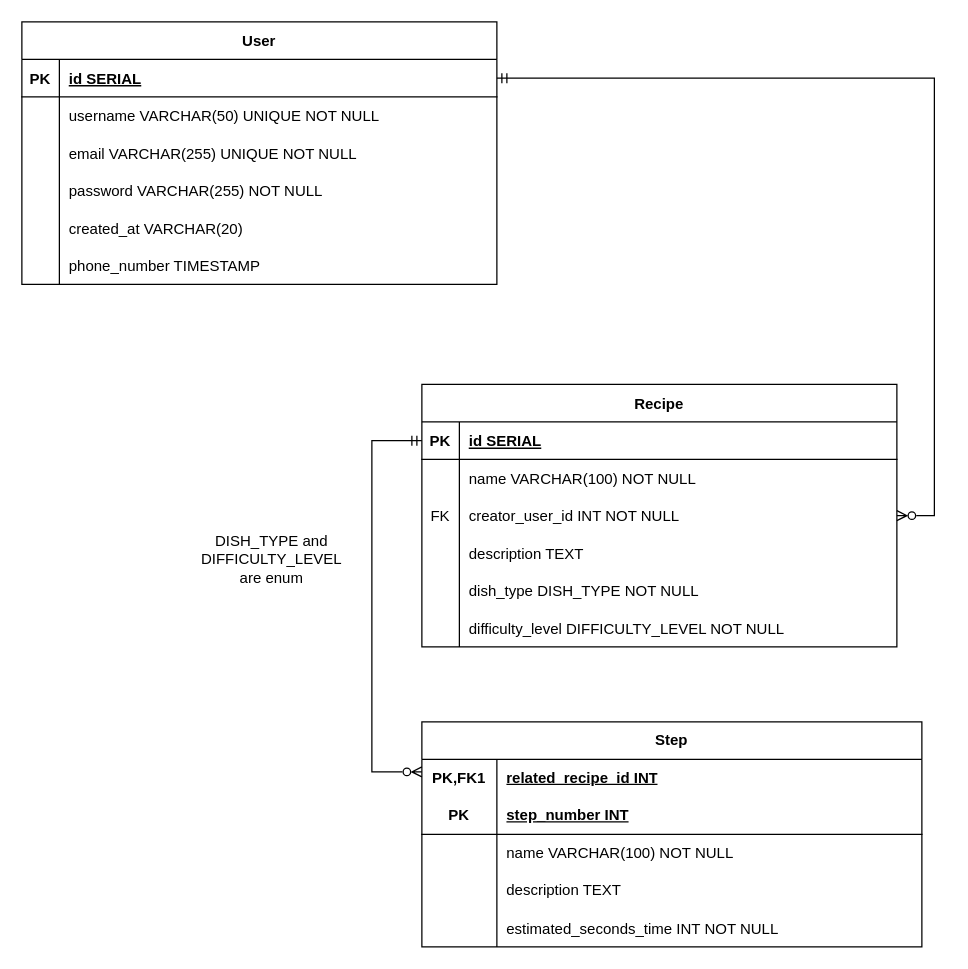
Earlier version of the draw.io diagram API_documentation/swiss_kitchen_db.drawio (CamilleTCH/MM-207-Project-Swiss-Kitchen). Source tidied: cells renumbered, new cells numbered last; positions are measured from the earlier drawing's top-left corner, leaving out a move shared by most shapes. Both pictures are drawn from the tidied source at 125%, with x=0, y=0 at pixel (21, 21).
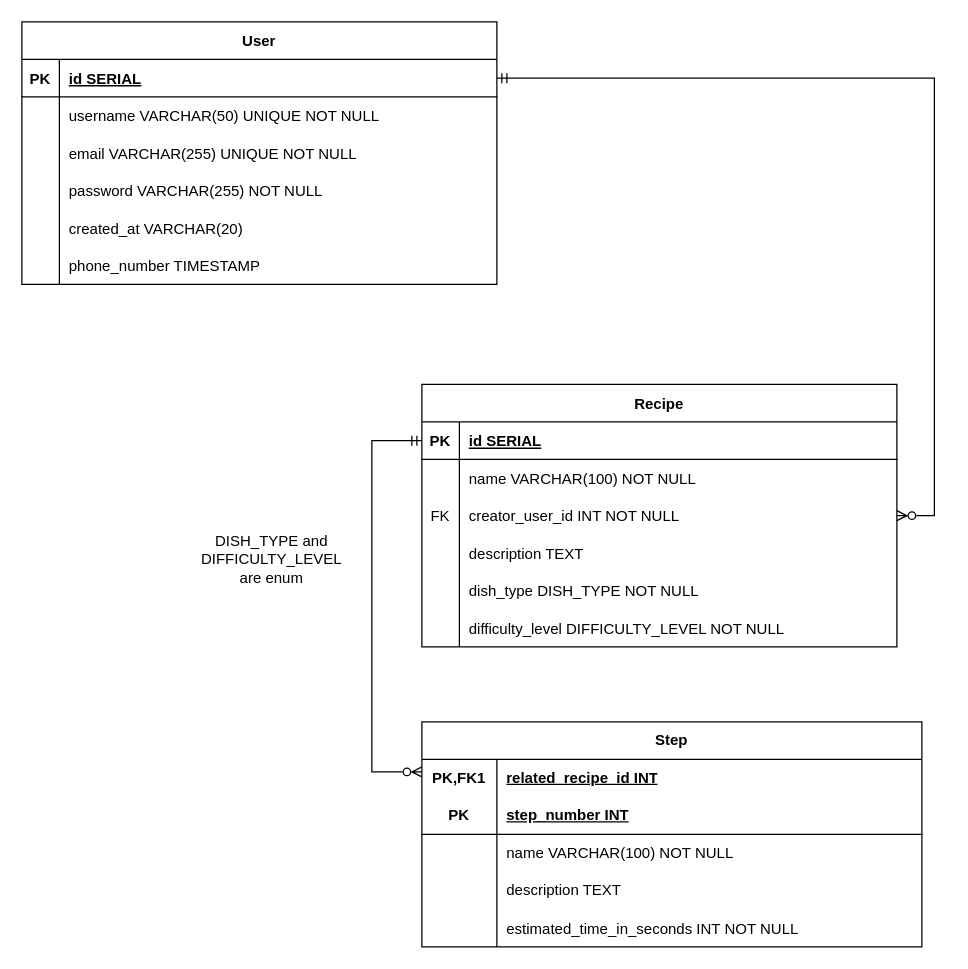
Above is the later version.

The change refers to these unchanged cells:
```xml
<mxCell id="55" style="shape=tableRow;horizontal=0;startSize=0;swimlaneHead=0;swimlaneBody=0;fillColor=none;top=0;left=0;right=0;bottom=0;" parent="42" vertex="1">
  <mxGeometry y="150" width="400" height="30" as="geometry" />
</mxCell>
```

The edit, as a diff of the source:
```diff
@@
-    <mxCell id="57" value="estimated_seconds_time INT NOT NULL" style="shape=partialRectangle;fillColor=none;top=0;left=0;bottom=0;right=0;align=left;spacingLeft=6;overflow=hidden;" parent="55" vertex="1">
+    <mxCell id="57" value="estimated_time_in_seconds INT NOT NULL" style="shape=partialRectangle;fillColor=none;top=0;left=0;bottom=0;right=0;align=left;spacingLeft=6;overflow=hidden;" parent="55" vertex="1">
       <mxGeometry x="60" width="340" height="30" as="geometry" />
     </mxCell>
```
